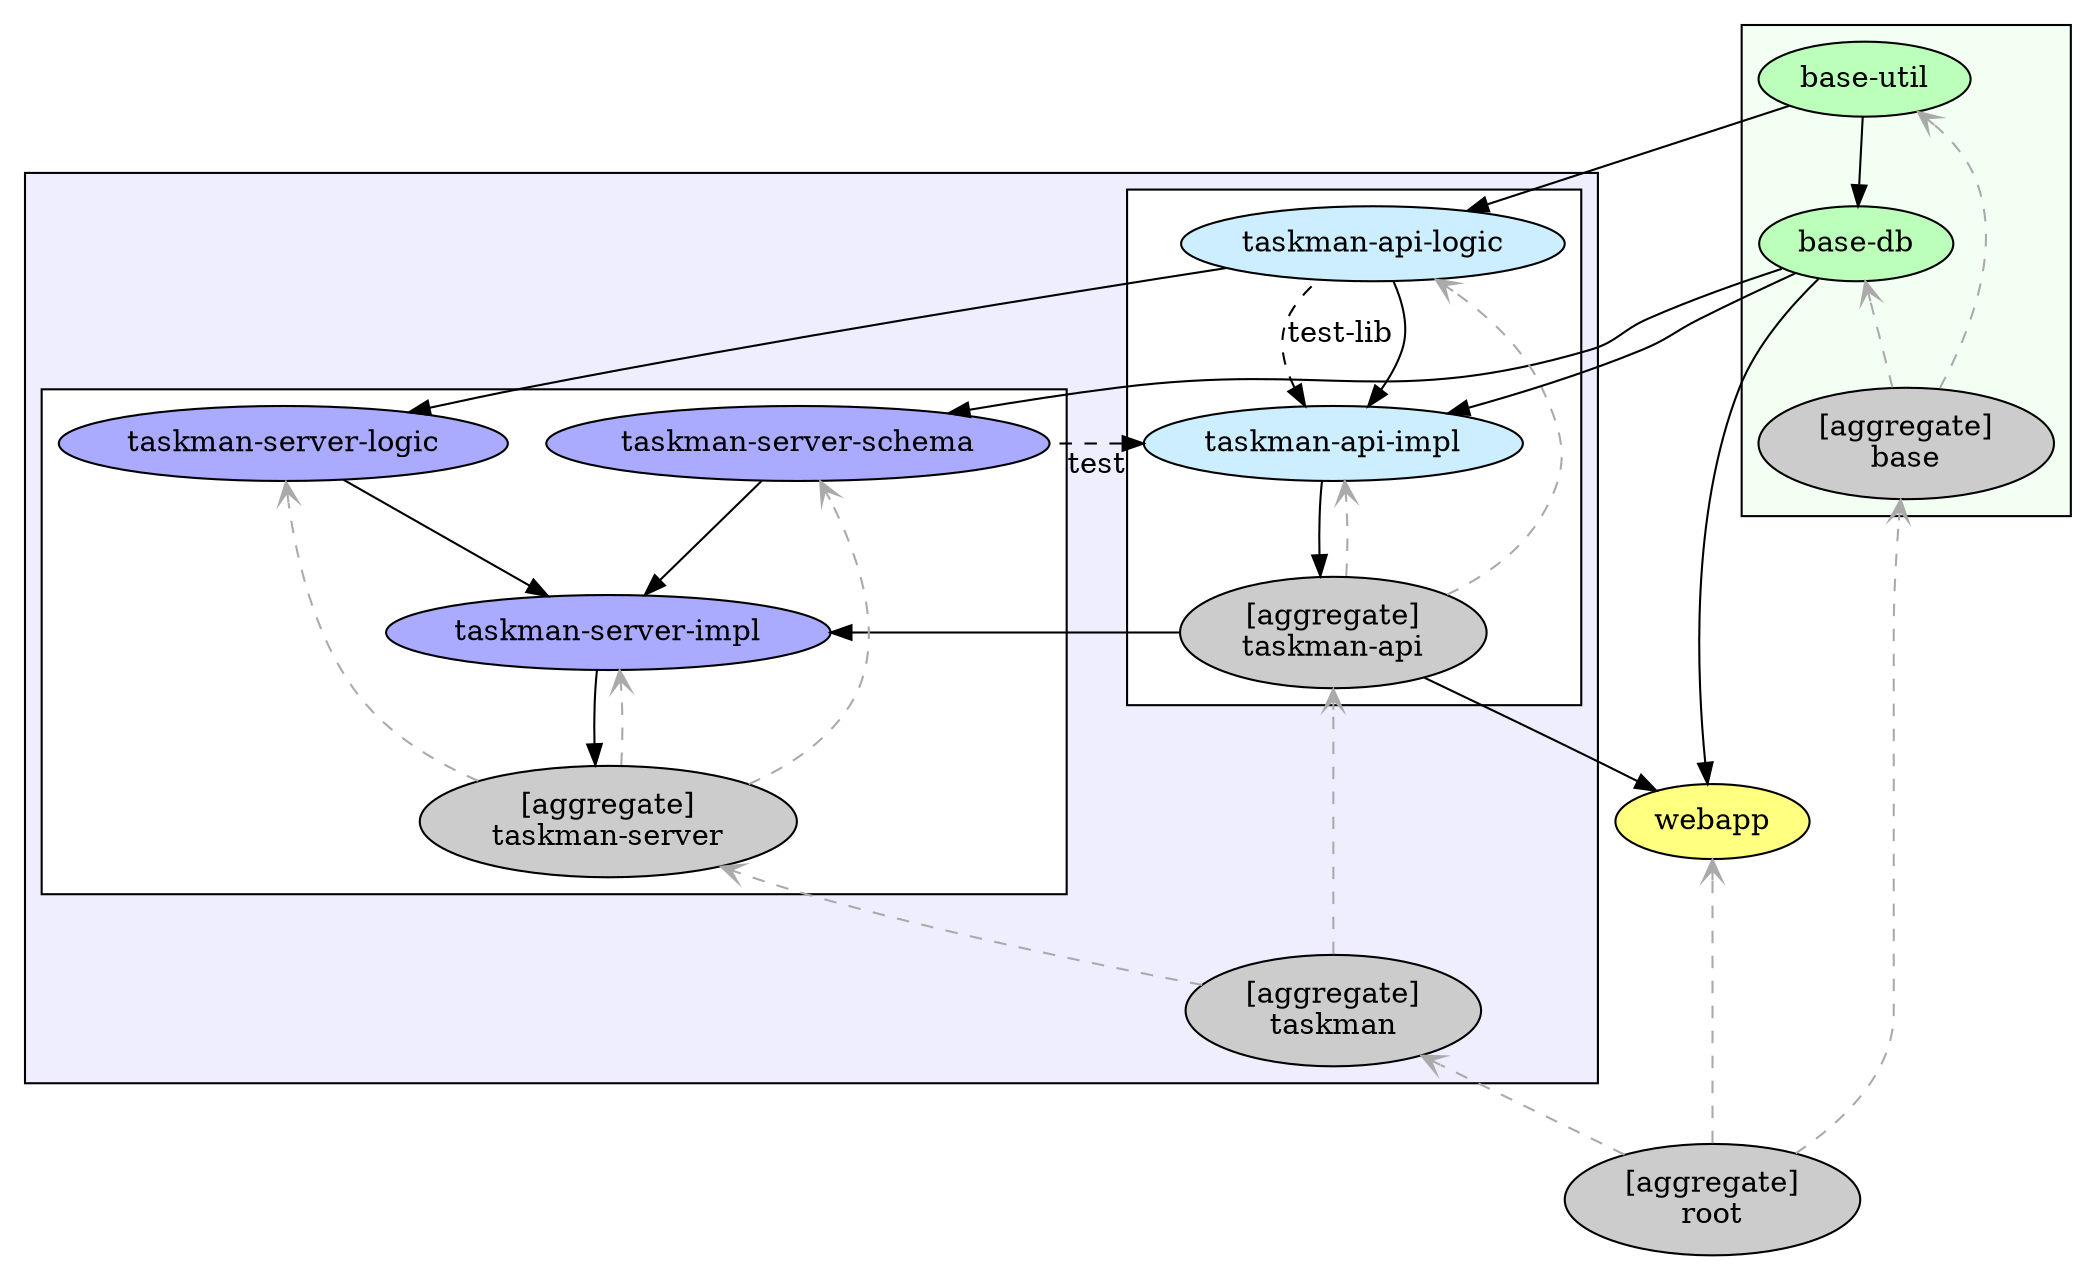
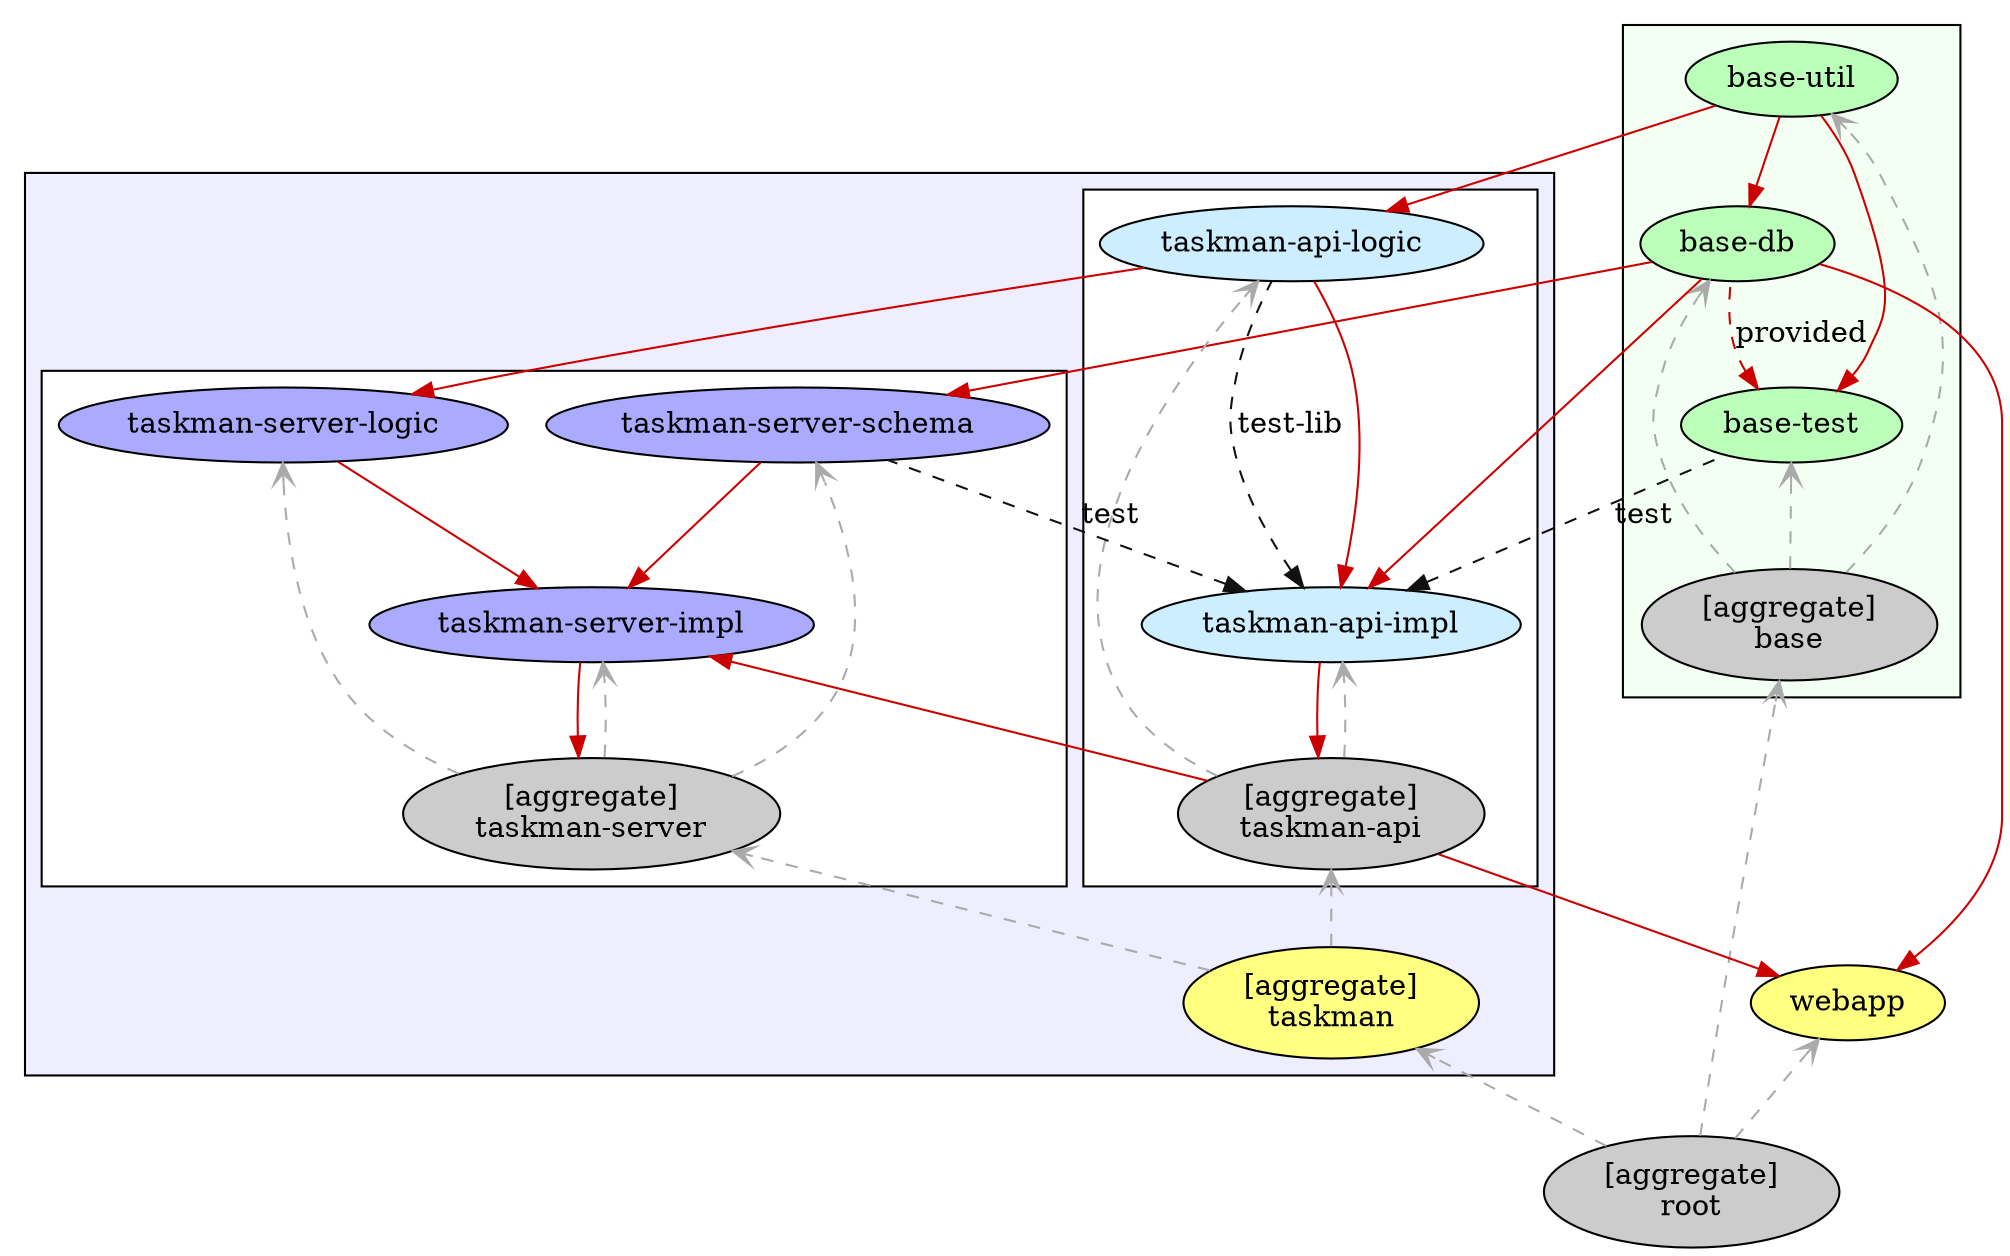
digraph G {
- compound=true
rankdir=BT edge[dir=back] node[style=filled]
+ 
+ edge[color="#cc0000"]

subgraph cluster_base {
  style=filled fillcolor="#f4fff4" node[fillcolor="#bbffbb"]
  base [label="[aggregate]\nbase" fillcolor="#cccccc"]
  baseUtil [label="base-util"]
  baseDb [label="base-db"]
+   baseTest [label="base-test"]
}

subgraph cluster_t {
  fillcolor="#eeeeff" style=filled

  subgraph cluster_ts {
    fillcolor=white node[fillcolor="#aaaaff"]
    taskmanDb [label="taskman-server-schema"]
    taskmanServerImpl [label="taskman-server-impl"]
    taskmanServerLogic [label="taskman-server-logic"]
    taskmanServer [label="[aggregate]\ntaskman-server" fillcolor="#cccccc"]
  }

  subgraph cluster_ta {
    fillcolor=white node[fillcolor="#cceeff"]
    taskmanApi [label="[aggregate]\ntaskman-api" fillcolor="#cccccc"]
    taskmanApiImpl [label="taskman-api-impl"]
    taskmanApiLogic [label="taskman-api-logic"]
  }

-   taskman [label="[aggregate]\ntaskman" fillcolor="#cccccc"]
+   taskman [label="[aggregate]\ntaskman" fillcolor="#ffff80"]
}

root [label="[aggregate]\nroot" fillcolor="#cccccc"]
webapp [fillcolor="#ffff80"]

// Deps
baseUtil
baseDb -> baseUtil
+ baseTest -> baseUtil
+ baseTest -> baseDb [style=dashed label="provided"]
taskmanDb -> baseDb
taskmanApiLogic -> baseUtil
- taskmanApiImpl -> taskmanApiLogic,baseDb
- taskmanApiImpl -> taskmanApiLogic [label="test-lib" style=dashed]
- taskmanApiImpl -> taskmanDb [label="test" style=dashed]
+ taskmanApiImpl -> taskmanApiLogic,baseDb [minlen=2]
+ taskmanApiImpl -> taskmanApiLogic [color="#111111" style=dashed label="test-lib"]
+ taskmanApiImpl -> taskmanDb       [color="#111111" style=dashed label="test"]
+ taskmanApiImpl -> baseTest        [color="#111111" style=dashed label="test"]
taskmanApi -> taskmanApiImpl
taskmanServerLogic -> taskmanApiLogic
taskmanServerImpl -> taskmanServerLogic,taskmanApi,taskmanDb
taskmanServer -> taskmanServerImpl
webapp -> baseDb,taskmanApi

// Aggregation
edge[dir=forward style=dashed arrowhead=vee color="#aaaaaa"]
taskmanApi -> taskmanApiLogic,taskmanApiImpl
taskmanServer -> taskmanServerLogic,taskmanServerImpl,taskmanDb
taskman -> taskmanApi,taskmanServer
- base -> baseUtil,baseDb
+ base -> baseUtil,baseDb,baseTest
root -> base,webapp,taskman
}
